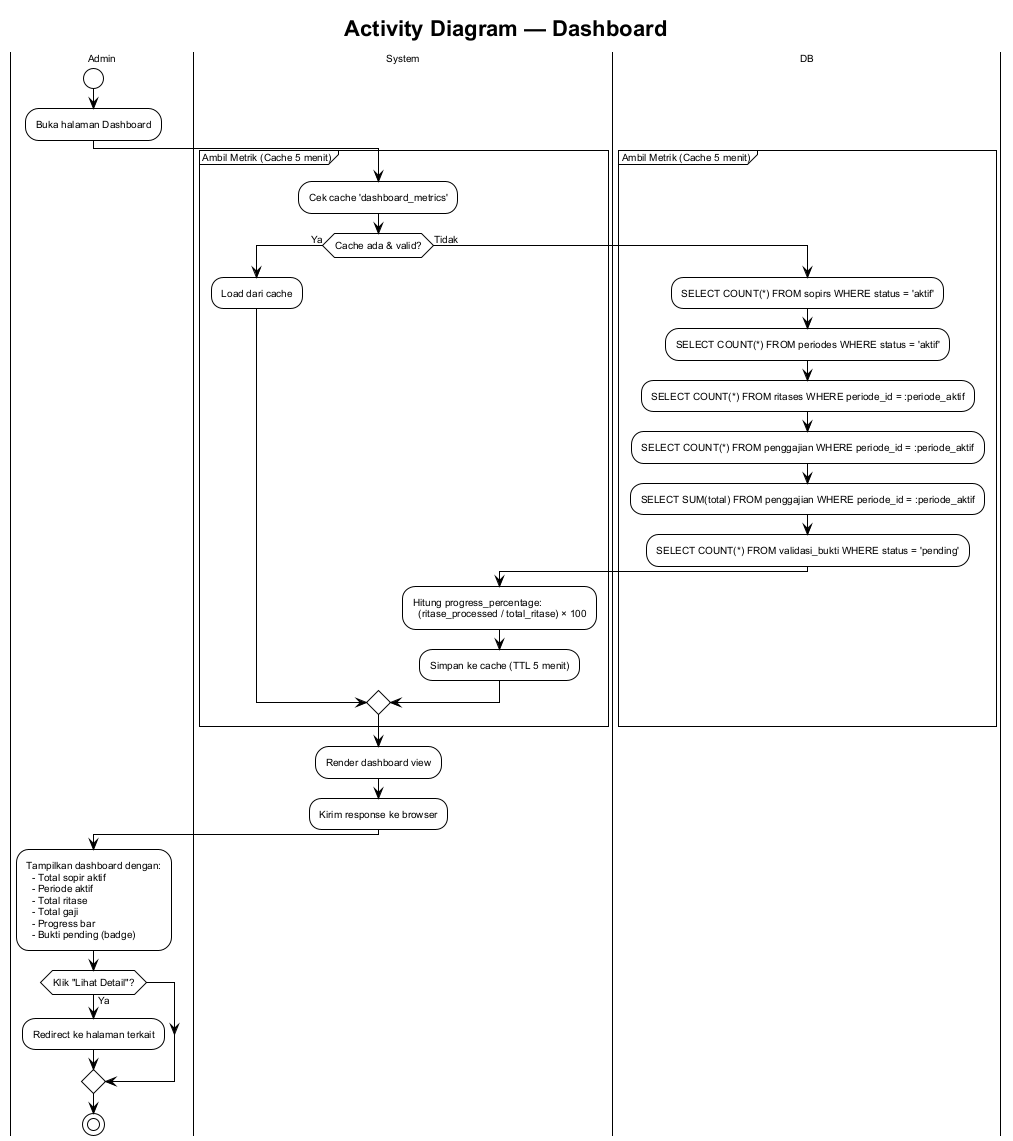
riandafatur28/sidigas-gaji-sopir-truck keeps this PlantUML diagram as diagrams/activity/activity-dashboard.png. Above is the earlier version. The source it was exported from:
```plantuml
@startuml activity-dashboard
!theme plain
skinparam backgroundColor #ffffff
skinparam defaultFontSize 10
skinparam defaultFontName Arial

title Activity Diagram — Dashboard

|Admin|
start
:Buka halaman Dashboard;

|System|
partition "Ambil Metrik (Cache 5 menit)" {
  :Cek cache 'dashboard_metrics';

  if (Cache ada & valid?) then (Ya)
    :Load dari cache;
  else (Tidak)
    |DB|
    :SELECT COUNT(*) FROM sopirs WHERE status = 'aktif';
    :SELECT COUNT(*) FROM periodes WHERE status = 'aktif';
    :SELECT COUNT(*) FROM ritases WHERE periode_id = :periode_aktif;
    :SELECT COUNT(*) FROM penggajian WHERE periode_id = :periode_aktif;
    :SELECT SUM(total) FROM penggajian WHERE periode_id = :periode_aktif;
    :SELECT COUNT(*) FROM validasi_bukti WHERE status = 'pending';

    |System|
    :Hitung progress_percentage:
      (ritase_processed / total_ritase) × 100;
    :Simpan ke cache (TTL 5 menit);
  endif
}

:Render dashboard view;
:Kirim response ke browser;

|Admin|
:Tampilkan dashboard dengan:
  - Total sopir aktif
  - Periode aktif
  - Total ritase
  - Total gaji
  - Progress bar
  - Bukti pending (badge);

if (Klik "Lihat Detail"?) then (Ya)
  :Redirect ke halaman terkait;
endif

stop

@enduml
```
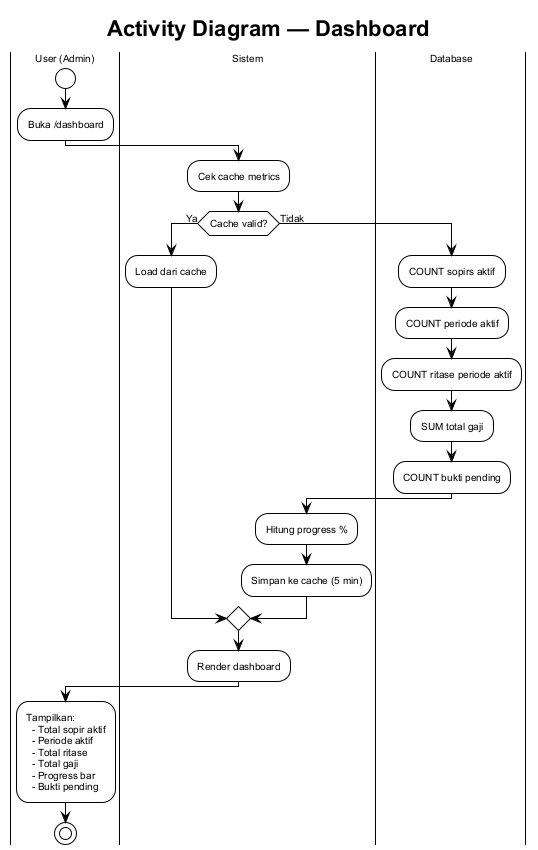
The same file after the commit.

What changed in the source:
```diff
@@ -6,48 +6,38 @@
 
 title Activity Diagram — Dashboard
 
-|Admin|
+|User (Admin)|
 start
-:Buka halaman Dashboard;
+:Buka /dashboard;
 
-|System|
-partition "Ambil Metrik (Cache 5 menit)" {
-  :Cek cache 'dashboard_metrics';
+|Sistem|
+:Cek cache metrics;
 
-  if (Cache ada & valid?) then (Ya)
-    :Load dari cache;
-  else (Tidak)
-    |DB|
-    :SELECT COUNT(*) FROM sopirs WHERE status = 'aktif';
-    :SELECT COUNT(*) FROM periodes WHERE status = 'aktif';
-    :SELECT COUNT(*) FROM ritases WHERE periode_id = :periode_aktif;
-    :SELECT COUNT(*) FROM penggajian WHERE periode_id = :periode_aktif;
-    :SELECT SUM(total) FROM penggajian WHERE periode_id = :periode_aktif;
-    :SELECT COUNT(*) FROM validasi_bukti WHERE status = 'pending';
+if (Cache valid?) then (Ya)
+  :Load dari cache;
+else (Tidak)
+  |Database|
+  :COUNT sopirs aktif;
+  :COUNT periode aktif;
+  :COUNT ritase periode aktif;
+  :SUM total gaji;
+  :COUNT bukti pending;
 
-    |System|
-    :Hitung progress_percentage:
-      (ritase_processed / total_ritase) × 100;
-    :Simpan ke cache (TTL 5 menit);
-  endif
-}
+  |Sistem|
+  :Hitung progress %;
+  :Simpan ke cache (5 min);
+endif
 
-:Render dashboard view;
-:Kirim response ke browser;
+:Render dashboard;
 
-|Admin|
-:Tampilkan dashboard dengan:
+|User (Admin)|
+:Tampilkan:
   - Total sopir aktif
   - Periode aktif
   - Total ritase
   - Total gaji
   - Progress bar
-  - Bukti pending (badge);
-
-if (Klik "Lihat Detail"?) then (Ya)
-  :Redirect ke halaman terkait;
-endif
-
+  - Bukti pending;
 stop
 
 @enduml
```
